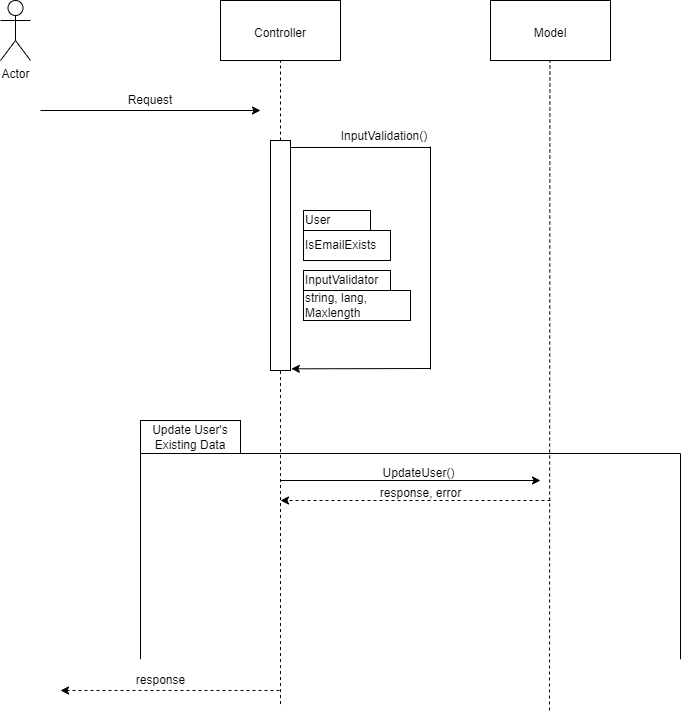
Before: doc/UpdateUser.drawio.png, a diagram exported from draw.io (vikram-FSD/RemoteRepository). Source tidied: cells renumbered, new cells last; positions are measured from the earlier drawing's top-left corner, leaving out a move shared by most shapes.
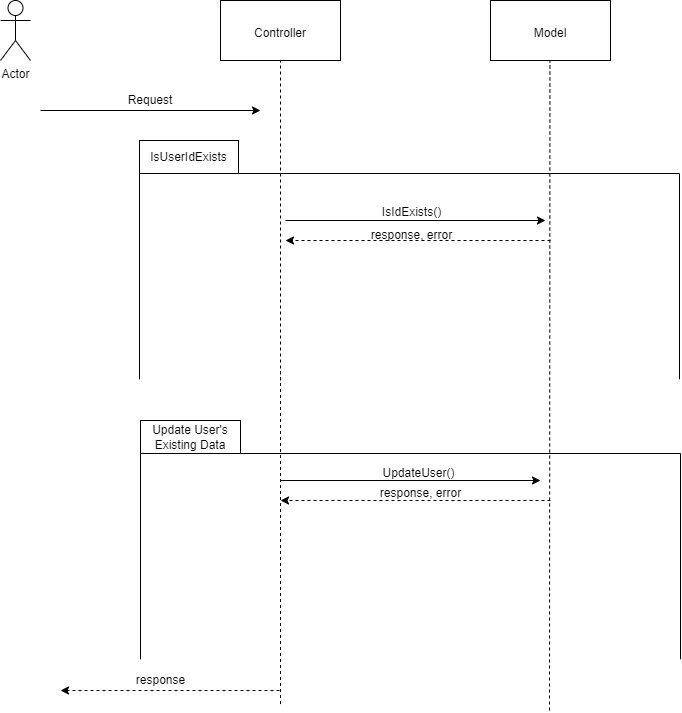
After the change.

What changed in the source:
```diff
@@ -19,7 +19,7 @@
     </mxCell>
     <mxCell id="7" style="endArrow=none;dashed=1;html=1;rounded=0;" parent="1" edge="1">
       <mxGeometry relative="1" as="geometry">
-        <mxPoint x="280" y="140" as="sourcePoint" />
+        <mxPoint x="280" y="380" as="sourcePoint" />
         <mxPoint x="280" y="60" as="targetPoint" />
       </mxGeometry>
     </mxCell>
@@ -32,9 +32,6 @@
     <mxCell id="9" value="Request" style="text;html=1;align=center;verticalAlign=middle;whiteSpace=wrap;rounded=0;" parent="1" vertex="1">
       <mxGeometry x="120" y="85" width="60" height="30" as="geometry" />
     </mxCell>
-    <mxCell id="10" style="rounded=0;whiteSpace=wrap;html=1;" parent="1" vertex="1">
-      <mxGeometry x="270" y="140" width="20" height="230" as="geometry" />
-    </mxCell>
     <mxCell id="11" style="endArrow=none;dashed=1;html=1;rounded=0;" parent="1" edge="1">
       <mxGeometry relative="1" as="geometry">
         <mxPoint x="280" y="703.6" as="sourcePoint" />
@@ -47,40 +44,7 @@
         <mxPoint x="549.4" y="60" as="targetPoint" />
       </mxGeometry>
     </mxCell>
-    <mxCell id="13" style="endArrow=none;html=1;rounded=0;" parent="1" edge="1">
-      <mxGeometry relative="1" as="geometry">
-        <mxPoint x="290" y="147" as="sourcePoint" />
-        <mxPoint x="430" y="147" as="targetPoint" />
-      </mxGeometry>
-    </mxCell>
-    <mxCell id="14" style="endArrow=none;html=1;rounded=0;" parent="1" edge="1">
-      <mxGeometry relative="1" as="geometry">
-        <mxPoint x="430" y="369" as="sourcePoint" />
-        <mxPoint x="430" y="146" as="targetPoint" />
-      </mxGeometry>
-    </mxCell>
-    <mxCell id="15" style="endArrow=classic;html=1;rounded=0;entryX=1.042;entryY=0.971;entryDx=0;entryDy=0;entryPerimeter=0;" parent="1" edge="1">
-      <mxGeometry relative="1" as="geometry">
-        <mxPoint x="430" y="368" as="sourcePoint" />
-        <mxPoint x="290.8" y="368.3" as="targetPoint" />
-      </mxGeometry>
-    </mxCell>
-    <mxCell id="16" value="InputValidation()" style="text;html=1;align=center;verticalAlign=middle;whiteSpace=wrap;rounded=0;" parent="1" vertex="1">
-      <mxGeometry x="334" y="121" width="100" height="30" as="geometry" />
-    </mxCell>
-    <mxCell id="17" value="User" style="rounded=0;whiteSpace=wrap;html=1;fontSize=12;align=left;" parent="1" vertex="1">
-      <mxGeometry x="303" y="210" width="67" height="20" as="geometry" />
-    </mxCell>
-    <mxCell id="18" value="IsEmailExists" style="rounded=0;whiteSpace=wrap;html=1;fontSize=12;align=left;" parent="1" vertex="1">
-      <mxGeometry x="303" y="230" width="87" height="30" as="geometry" />
-    </mxCell>
-    <mxCell id="19" value="string, lang, Maxlength" style="rounded=0;whiteSpace=wrap;html=1;fontSize=12;align=left;" parent="1" vertex="1">
-      <mxGeometry x="303" y="290" width="107" height="30" as="geometry" />
-    </mxCell>
-    <mxCell id="20" value="InputValidator" style="rounded=0;whiteSpace=wrap;html=1;fontSize=12;align=left;" parent="1" vertex="1">
-      <mxGeometry x="303" y="270" width="87" height="20" as="geometry" />
-    </mxCell>
-    <mxCell id="21" value="Update User's Existing Data" style="rounded=0;whiteSpace=wrap;html=1;" parent="1" vertex="1">
+    <mxCell id="21" value="&lt;div&gt;&lt;br&gt;&lt;/div&gt;Update User's Existing Data&lt;div&gt;&lt;br&gt;&lt;/div&gt;" style="rounded=0;whiteSpace=wrap;html=1;" parent="1" vertex="1">
       <mxGeometry x="140" y="420" width="100" height="33" as="geometry" />
     </mxCell>
     <mxCell id="22" style="endArrow=none;html=1;rounded=0;" parent="1" edge="1">
@@ -127,5 +91,43 @@
     <mxCell id="30" value="response" style="text;html=1;align=center;verticalAlign=middle;strokeColor=none;fillColor=none;" parent="1" vertex="1">
       <mxGeometry x="125" y="665" width="70" height="30" as="geometry" />
     </mxCell>
+    <mxCell id="31" value="IsUserIdExists" style="rounded=0;whiteSpace=wrap;html=1;" parent="1" vertex="1">
+      <mxGeometry x="139" y="140" width="99" height="33" as="geometry" />
+    </mxCell>
+    <mxCell id="32" style="endArrow=none;html=1;rounded=0;" parent="1" edge="1">
+      <mxGeometry relative="1" as="geometry">
+        <mxPoint x="139" y="378.8" as="sourcePoint" />
+        <mxPoint x="139" y="173" as="targetPoint" />
+      </mxGeometry>
+    </mxCell>
+    <mxCell id="33" style="endArrow=none;html=1;rounded=0;exitX=1;exitY=1;exitDx=0;exitDy=0;" parent="1" edge="1" source="31">
+      <mxGeometry relative="1" as="geometry">
+        <mxPoint x="679" y="173" as="targetPoint" />
+      </mxGeometry>
+    </mxCell>
+    <mxCell id="34" style="endArrow=none;html=1;rounded=0;" parent="1" edge="1">
+      <mxGeometry relative="1" as="geometry">
+        <mxPoint x="679" y="378.8" as="sourcePoint" />
+        <mxPoint x="679" y="173" as="targetPoint" />
+      </mxGeometry>
+    </mxCell>
+    <mxCell id="35" style="endArrow=classic;html=1;rounded=0;" parent="1" edge="1">
+      <mxGeometry relative="1" as="geometry">
+        <mxPoint x="285" y="220" as="sourcePoint" />
+        <mxPoint x="545" y="220" as="targetPoint" />
+      </mxGeometry>
+    </mxCell>
+    <mxCell id="36" style="endArrow=classic;html=1;rounded=0;dashed=1;" parent="1" edge="1">
+      <mxGeometry relative="1" as="geometry">
+        <mxPoint x="550" y="240" as="sourcePoint" />
+        <mxPoint x="285" y="240" as="targetPoint" />
+      </mxGeometry>
+    </mxCell>
+    <mxCell id="37" value="IsIdExists()&lt;div&gt;&lt;br&gt;&lt;/div&gt;" style="text;html=1;align=center;verticalAlign=middle;strokeColor=none;fillColor=none;" parent="1" vertex="1">
+      <mxGeometry x="371" y="199" width="80" height="40" as="geometry" />
+    </mxCell>
+    <mxCell id="38" value="response, error" style="text;html=1;align=center;verticalAlign=middle;strokeColor=none;fillColor=none;" parent="1" vertex="1">
+      <mxGeometry x="361" y="220" width="100" height="30" as="geometry" />
+    </mxCell>
   </root>
 </mxGraphModel>
```
